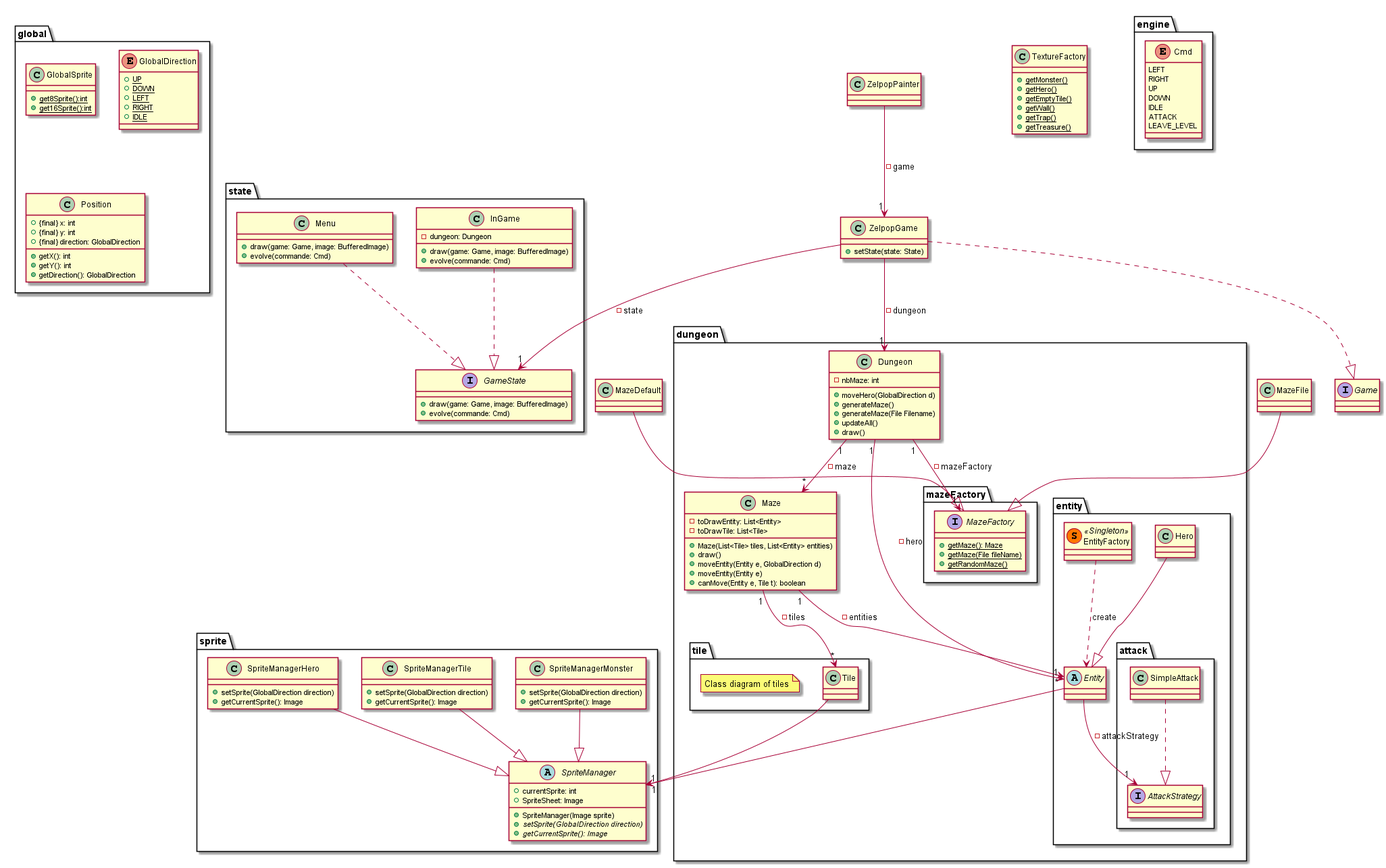
The PlantUML diagram doc/second_sprint/diagrams/class/global.png in Reynault/ACL_2019_Zelpop, before a commit.
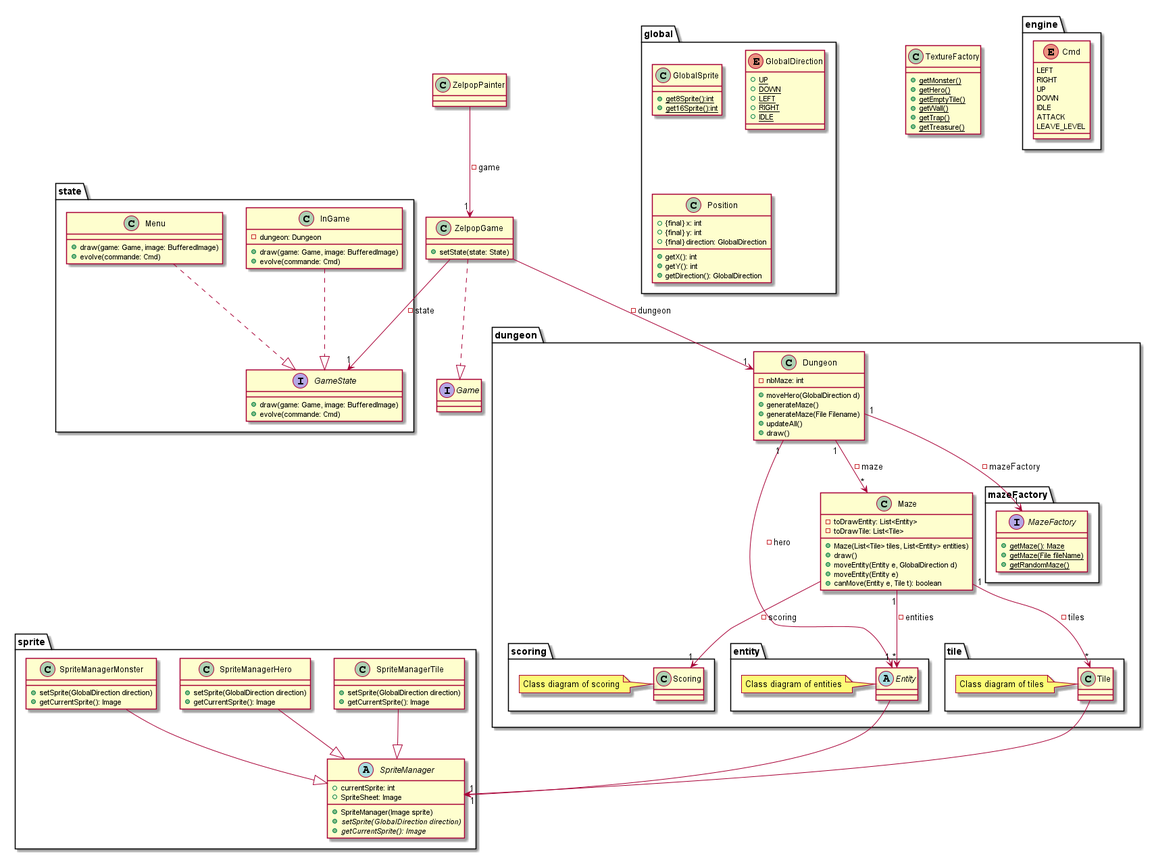
The same diagram one commit later.

What changed in the source:
```diff
@@ -22,11 +22,6 @@
         + evolve(commande: Cmd)
     }
 }
-
-InGame ..|> GameState
-Menu ..|> GameState
-
-ZelpopGame --> "1" GameState: - state
 
 interface Game{
 
@@ -53,13 +48,23 @@
         + canMove(Entity e, Tile t): boolean
     }
 
+    package scoring{
+
+        class Scoring{
+
+        }
+
+        note left: Class diagram of scoring
+
+    }
+
     package tile{
 
         class Tile{
 
         }
 
-        note "Class diagram of tiles" as N1
+        note left: Class diagram of tiles
 
     }
 
@@ -69,23 +74,7 @@
 
         }
 
-        class Hero{
-
-        }
-
-        class EntityFactory << (S,#FF7700) Singleton >>{
-
-        }
-
-        package attack{
-
-            interface AttackStrategy{
-            }
-
-            class SimpleAttack{
-            }
-
-        }
+        note left: Class diagram of entities
 
     }
 
@@ -184,31 +173,27 @@
     }
 }
 
-MazeDefault --|> MazeFactory
-
 Dungeon "1" --> "*" Maze: -maze
 Dungeon "1" --> "1" MazeFactory: -mazeFactory
 
 Maze "1" --> "*" Tile: -tiles
 Maze "1" --> "*" Entity: -entities
 
-EntityFactory ..> Entity : create
-
 ZelpopGame ..|> Game
 ZelpopGame --> "1" Dungeon: -dungeon
 
 ZelpopPainter --> "1" ZelpopGame: - game
 
-Hero --|> Entity
-
 Dungeon "1" --> "1" Entity : -hero
-
-MazeFile --|> MazeFactory
 
 Tile --> "1" SpriteManager
 
 Entity --> "1" SpriteManager
-Entity --> "1" AttackStrategy: - attackStrategy
 
-SimpleAttack ..|> AttackStrategy
+InGame ..|> GameState
+Menu ..|> GameState
+
+Maze --> "1" Scoring: - scoring
+
+ZelpopGame --> "1" GameState: - state
 @enduml
```
